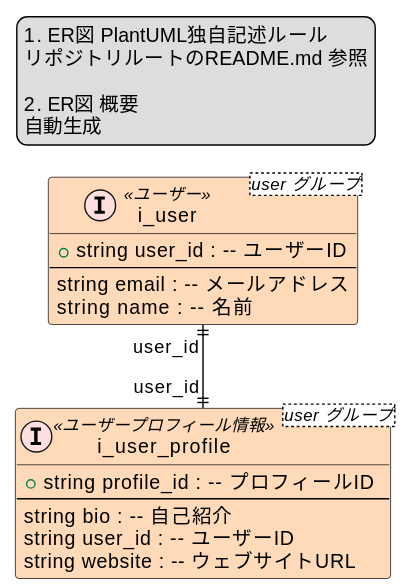
Earlier version of the PlantUML export db/er/image/er_user_db_gen.svg (tusmasoma/cue-gen-samples). Its source is kept beside it as db/er/er_user_db_gen.puml.
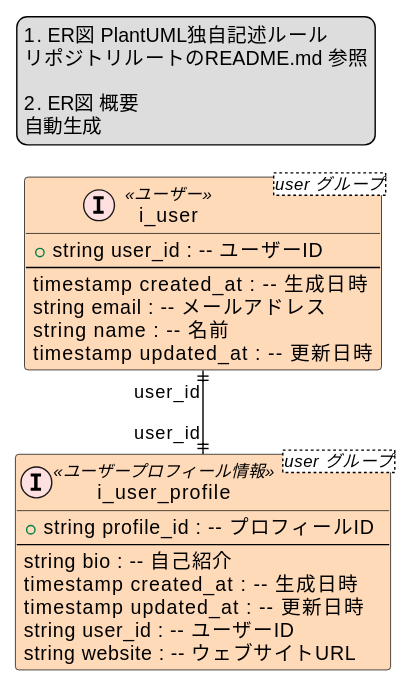
Above is the later version.

Change to the diagram source:
```diff
@@ -5,14 +5,18 @@
   INFORMATION_ENTITY(i_user, ユーザー, user){
       + string user_id : -- ユーザーID
       --
+      timestamp created_at : -- 生成日時
       string email : -- メールアドレス
       string name : -- 名前
+      timestamp updated_at : -- 更新日時
   }
 
   INFORMATION_ENTITY(i_user_profile, ユーザープロフィール情報, user){
       + string profile_id : -- プロフィールID
       --
       string bio : -- 自己紹介
+      timestamp created_at : -- 生成日時
+      timestamp updated_at : -- 更新日時
       string user_id : -- ユーザーID
       string website : -- ウェブサイトURL
   }
```
